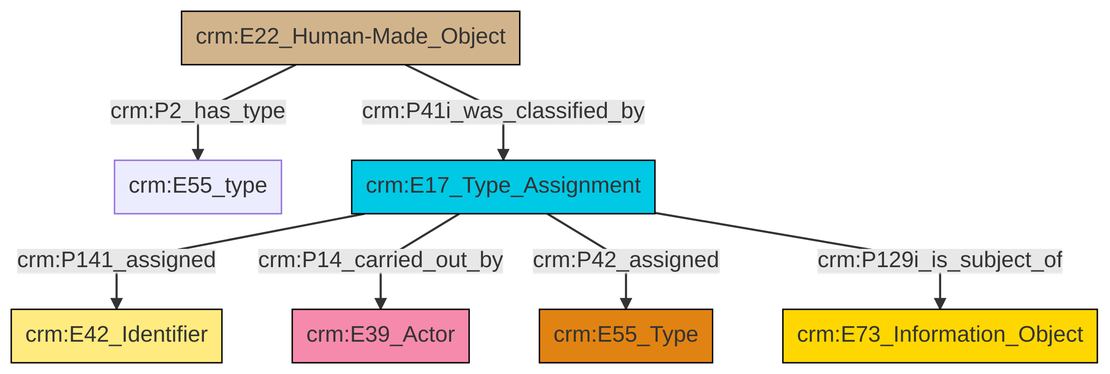
Above: et/builtWorkCSV/ttl/mmd/png/Built_Work_designation_status.png in swiss-art-research-net/reference-data-models (Mermaid), before the change. Its source is kept beside it as et/builtWorkCSV/ttl/mmd/Built_Work_designation_status.ttl.mmd.
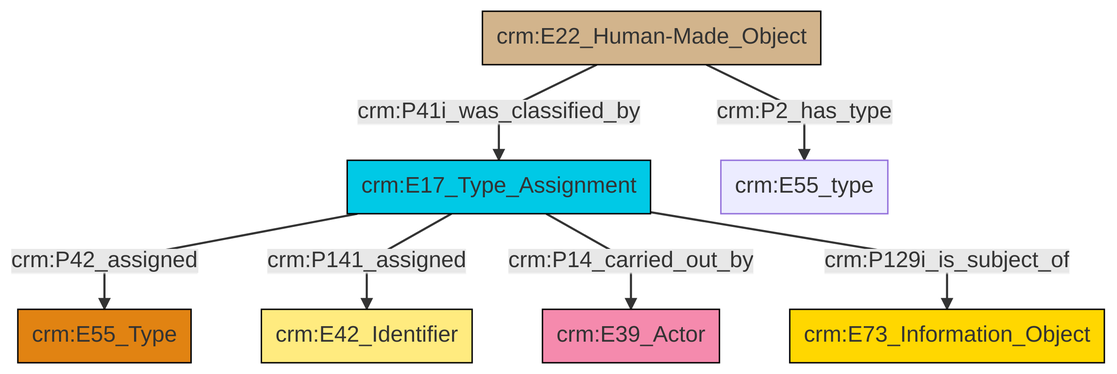
The same file after the commit.

Change to the diagram source:
```diff
@@ -13,9 +13,9 @@
 classDef PC_Classes fill:#4ce600, stroke:#000000;
 classDef Multi fill:#cccccc,stroke:#000000;
 
-0["crm:E22_Human-Made_Object"]:::Physical_Thing -->|crm:P2_has_type| 1["crm:E55_type"]:::Default
-0["crm:E22_Human-Made_Object"]:::Physical_Thing -->|crm:P41i_was_classified_by| 2["crm:E17_Type_Assignment"]:::Temporal_Entity
-2["crm:E17_Type_Assignment"]:::Temporal_Entity -->|crm:P141_assigned| 3["crm:E42_Identifier"]:::Appellation
-2["crm:E17_Type_Assignment"]:::Temporal_Entity -->|crm:P14_carried_out_by| 5["crm:E39_Actor"]:::Actor
-2["crm:E17_Type_Assignment"]:::Temporal_Entity -->|crm:P42_assigned| 10["crm:E55_Type"]:::Type
-2["crm:E17_Type_Assignment"]:::Temporal_Entity -->|crm:P129i_is_subject_of| 13["crm:E73_Information_Object"]:::Conceptual_Object
+0["crm:E17_Type_Assignment"]:::Temporal_Entity -->|crm:P42_assigned| 1["crm:E55_Type"]:::Type
+0["crm:E17_Type_Assignment"]:::Temporal_Entity -->|crm:P141_assigned| 2["crm:E42_Identifier"]:::Appellation
+11["crm:E22_Human-Made_Object"]:::Physical_Thing -->|crm:P41i_was_classified_by| 0["crm:E17_Type_Assignment"]:::Temporal_Entity
+0["crm:E17_Type_Assignment"]:::Temporal_Entity -->|crm:P14_carried_out_by| 4["crm:E39_Actor"]:::Actor
+0["crm:E17_Type_Assignment"]:::Temporal_Entity -->|crm:P129i_is_subject_of| 6["crm:E73_Information_Object"]:::Conceptual_Object
+11["crm:E22_Human-Made_Object"]:::Physical_Thing -->|crm:P2_has_type| 9["crm:E55_type"]:::Default
```
